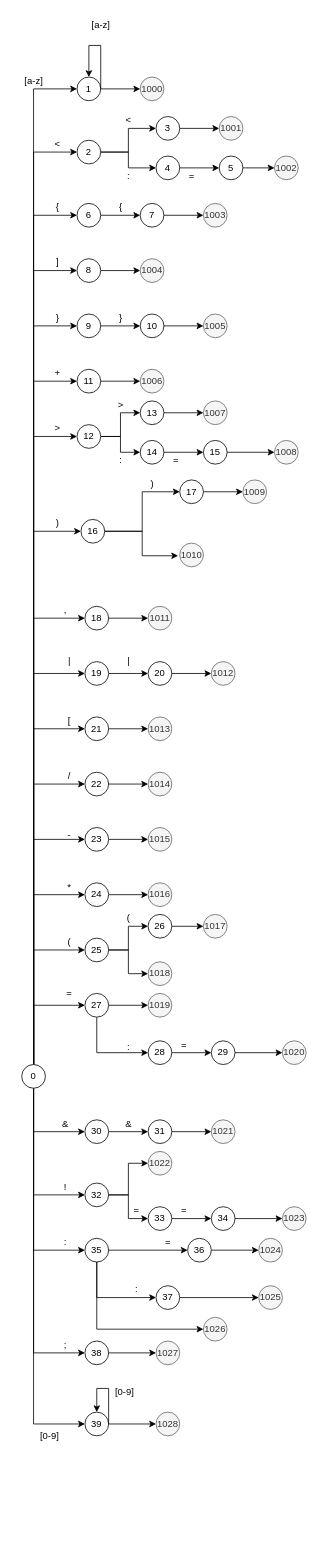
Earlier version of the draw.io diagram Lexico2.drawio (MHAN2000/CompiladorJava). Source tidied: cells renumbered, new cells numbered last; positions are measured from the earlier drawing's top-left corner, leaving out a move shared by most shapes. Both pictures are drawn from the tidied source at 79%, with x=0, y=0 at pixel (13, 13).
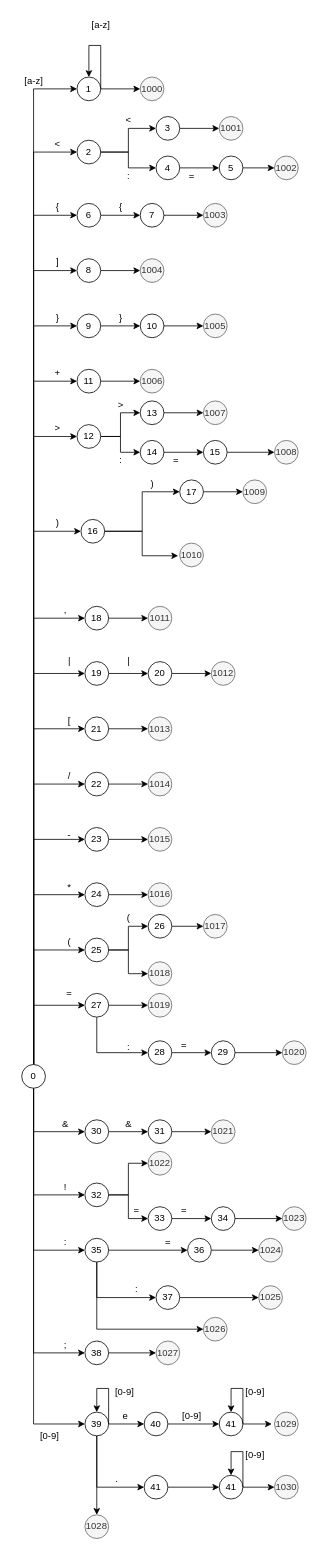
After the change.

The change refers to these unchanged cells:
```xml
<mxCell id="177" value="39" style="ellipse;whiteSpace=wrap;html=1;" parent="1" vertex="1">
  <mxGeometry x="90" y="1770" width="30" height="30" as="geometry" />
</mxCell>
```

Diff of the diagram source:
```diff
@@
+    <mxCell id="182" style="edgeStyle=orthogonalEdgeStyle;rounded=0;jettySize=auto;html=1;exitX=1;exitY=0.5;exitDx=0;exitDy=0;entryX=0;entryY=0.5;entryDx=0;entryDy=0;" parent="1" edge="1" source="177" target="185">
+      <mxGeometry relative="1" as="geometry" />
+    </mxCell>
-    <mxCell id="176" style="edgeStyle=orthogonalEdgeStyle;rounded=0;jettySize=auto;html=1;exitX=1;exitY=0.5;exitDx=0;exitDy=0;entryX=0;entryY=0.5;entryDx=0;entryDy=0;" parent="1" edge="1" source="177" target="181">
+    <mxCell id="176" style="edgeStyle=orthogonalEdgeStyle;rounded=0;jettySize=auto;html=1;" parent="1" edge="1" source="177" target="181">
       <mxGeometry relative="1" as="geometry" />
     </mxCell>
+    <mxCell id="183" style="edgeStyle=orthogonalEdgeStyle;rounded=0;jettySize=auto;html=1;exitX=0.5;exitY=1;exitDx=0;exitDy=0;entryX=0;entryY=0.5;entryDx=0;entryDy=0;" parent="1" edge="1" source="177" target="194">
+      <mxGeometry relative="1" as="geometry" />
+    </mxCell>
@@
     <mxCell id="181" value="1028" style="ellipse;whiteSpace=wrap;html=1;fillColor=#f5f5f5;strokeColor=#666666;fontColor=#333333;" parent="1" vertex="1">
-      <mxGeometry x="180" y="1770" width="30" height="30" as="geometry" />
+      <mxGeometry x="90" y="1900" width="30" height="30" as="geometry" />
     </mxCell>
+    <mxCell id="184" style="edgeStyle=orthogonalEdgeStyle;rounded=0;jettySize=auto;html=1;exitX=1;exitY=0.5;exitDx=0;exitDy=0;entryX=0;entryY=0.5;entryDx=0;entryDy=0;" parent="1" edge="1" source="185" target="188">
+      <mxGeometry relative="1" as="geometry" />
+    </mxCell>
+    <mxCell id="185" value="40" style="ellipse;whiteSpace=wrap;html=1;" parent="1" vertex="1">
+      <mxGeometry x="165" y="1770" width="30" height="30" as="geometry" />
+    </mxCell>
+    <mxCell id="186" value="e" style="text;html=1;align=center;verticalAlign=middle;strokeColor=none;fillColor=none;" parent="1" vertex="1">
+      <mxGeometry x="126" y="1760" width="30" height="30" as="geometry" />
+    </mxCell>
+    <mxCell id="187" style="edgeStyle=orthogonalEdgeStyle;rounded=0;jettySize=auto;html=1;exitX=1;exitY=0.5;exitDx=0;exitDy=0;entryX=-0.114;entryY=0.476;entryDx=0;entryDy=0;entryPerimeter=0;" parent="1" edge="1" source="188" target="192">
+      <mxGeometry relative="1" as="geometry" />
+    </mxCell>
+    <mxCell id="188" value="41" style="ellipse;whiteSpace=wrap;html=1;" parent="1" vertex="1">
+      <mxGeometry x="260" y="1770" width="30" height="30" as="geometry" />
+    </mxCell>
+    <mxCell id="189" value="[0-9]" style="text;html=1;align=center;verticalAlign=middle;strokeColor=none;fillColor=none;" parent="1" vertex="1">
+      <mxGeometry x="200" y="1760" width="50" height="30" as="geometry" />
+    </mxCell>
+    <mxCell id="190" style="edgeStyle=orthogonalEdgeStyle;rounded=0;orthogonalLoop=1;jettySize=auto;html=1;exitX=1;exitY=0.5;exitDx=0;exitDy=0;entryX=0.5;entryY=0;entryDx=0;entryDy=0;" parent="1" edge="1" source="188" target="188">
+      <mxGeometry relative="1" as="geometry">
+        <Array as="points">
+          <mxPoint x="290" y="1740" />
+          <mxPoint x="275" y="1740" />
+        </Array>
+      </mxGeometry>
+    </mxCell>
+    <mxCell id="191" value="[0-9]" style="text;html=1;align=center;verticalAlign=middle;strokeColor=none;fillColor=none;" parent="1" vertex="1">
+      <mxGeometry x="280" y="1730" width="50" height="30" as="geometry" />
+    </mxCell>
+    <mxCell id="192" value="1029" style="ellipse;whiteSpace=wrap;html=1;fillColor=#f5f5f5;fontColor=#333333;strokeColor=#666666;" parent="1" vertex="1">
+      <mxGeometry x="330" y="1770" width="30" height="30" as="geometry" />
+    </mxCell>
+    <mxCell id="193" style="edgeStyle=orthogonalEdgeStyle;rounded=0;jettySize=auto;html=1;exitX=1;exitY=0.5;exitDx=0;exitDy=0;entryX=0;entryY=0.5;entryDx=0;entryDy=0;" parent="1" edge="1" source="194" target="197">
+      <mxGeometry relative="1" as="geometry" />
+    </mxCell>
+    <mxCell id="194" value="41" style="ellipse;whiteSpace=wrap;html=1;" parent="1" vertex="1">
+      <mxGeometry x="165" y="1850" width="30" height="30" as="geometry" />
+    </mxCell>
+    <mxCell id="195" value="." style="text;html=1;align=center;verticalAlign=middle;strokeColor=none;fillColor=none;" parent="1" vertex="1">
+      <mxGeometry x="115" y="1840" width="30" height="30" as="geometry" />
+    </mxCell>
+    <mxCell id="196" style="edgeStyle=orthogonalEdgeStyle;rounded=0;jettySize=auto;html=1;exitX=1;exitY=0.5;exitDx=0;exitDy=0;entryX=0;entryY=0.5;entryDx=0;entryDy=0;" parent="1" edge="1" source="197" target="200">
+      <mxGeometry relative="1" as="geometry" />
+    </mxCell>
+    <mxCell id="197" value="41" style="ellipse;whiteSpace=wrap;html=1;" parent="1" vertex="1">
+      <mxGeometry x="260" y="1850" width="30" height="30" as="geometry" />
+    </mxCell>
+    <mxCell id="198" style="edgeStyle=orthogonalEdgeStyle;rounded=0;orthogonalLoop=1;jettySize=auto;html=1;exitX=1;exitY=0.5;exitDx=0;exitDy=0;entryX=0.5;entryY=0;entryDx=0;entryDy=0;" parent="1" edge="1" source="197" target="197">
+      <mxGeometry relative="1" as="geometry">
+        <Array as="points">
+          <mxPoint x="290" y="1820" />
+          <mxPoint x="275" y="1820" />
+        </Array>
+      </mxGeometry>
+    </mxCell>
+    <mxCell id="199" value="[0-9]" style="text;html=1;align=center;verticalAlign=middle;strokeColor=none;fillColor=none;" parent="1" vertex="1">
+      <mxGeometry x="280" y="1810" width="50" height="30" as="geometry" />
+    </mxCell>
+    <mxCell id="200" value="1030" style="ellipse;whiteSpace=wrap;html=1;fillColor=#f5f5f5;fontColor=#333333;strokeColor=#666666;" parent="1" vertex="1">
+      <mxGeometry x="330" y="1850" width="30" height="30" as="geometry" />
+    </mxCell>
```
